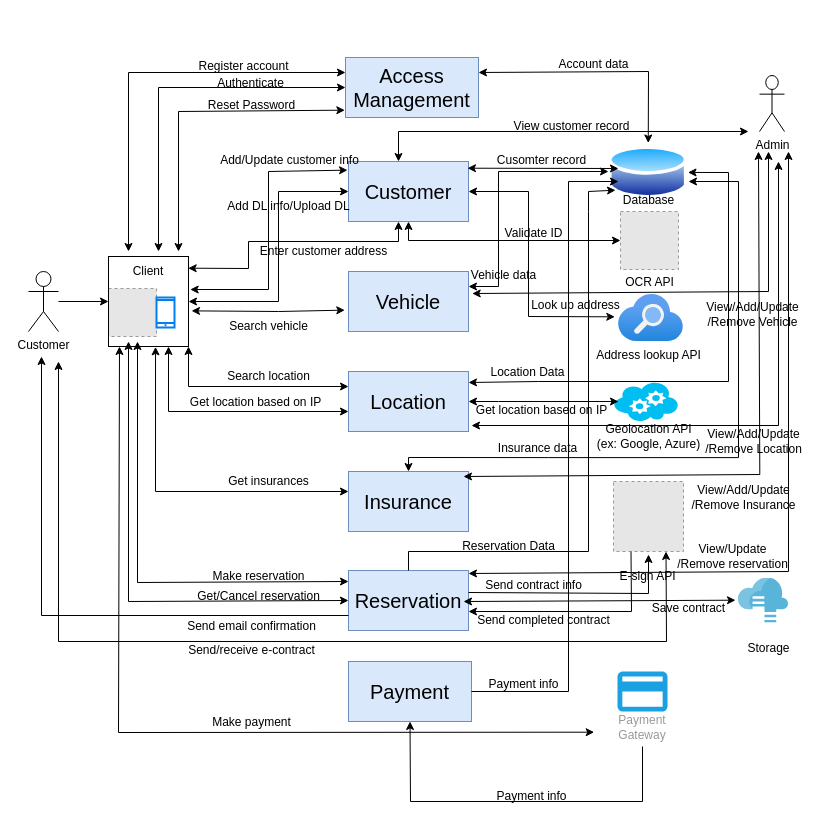
nguyenha1311/ha-diagrams keeps this draw.io diagram as page "Microservices diagram" (5 of 6) of OnlineCarReservaction.drawio. Above is the earlier version. Source tidied: cells renumbered, new cells numbered last; positions are measured from the earlier drawing's top-left corner, leaving out a move shared by most shapes. Both pictures are drawn from the tidied source at 100%, with x=0, y=0 at pixel (28, 49). Pictures stored in the file or linked from it are replaced by grey dashed boxes.
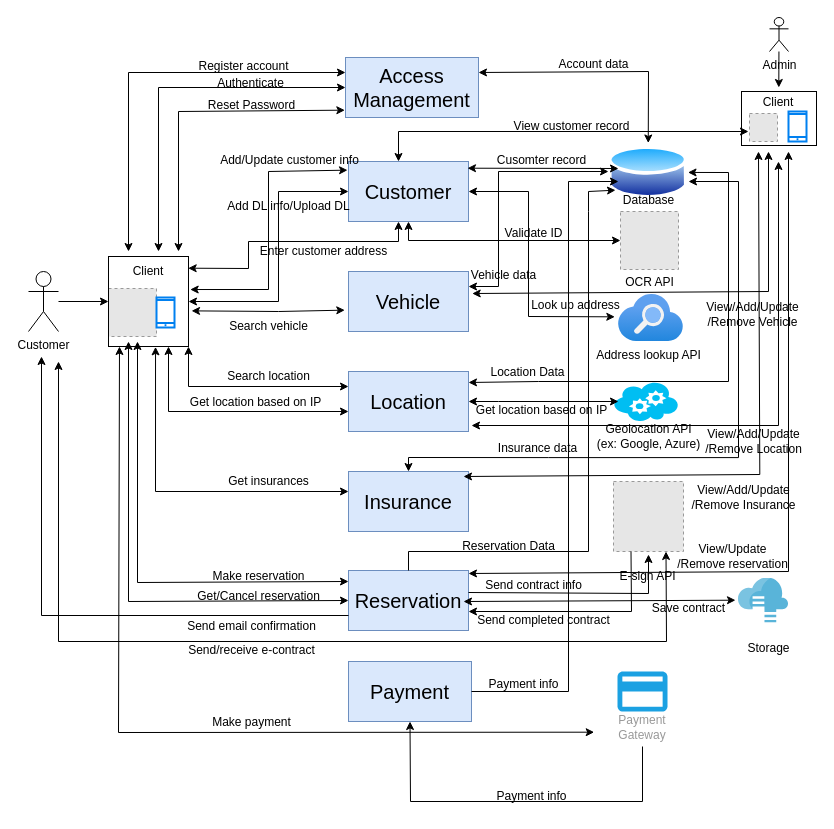
The same page after the edit.

What changed in the source:
```diff
@@
     <mxCell id="81" value="Admin" style="shape=umlActor;verticalLabelPosition=bottom;verticalAlign=top;html=1;labelBackgroundColor=#FFFFFF;strokeColor=default;fillColor=none;" parent="1" vertex="1">
-      <mxGeometry x="731" y="26" width="25" height="56" as="geometry" />
+      <mxGeometry x="741" y="-32" width="19" height="34" as="geometry" />
     </mxCell>
@@
+    <mxCell id="100" style="rounded=0;whiteSpace=wrap;html=1;labelBackgroundColor=#FFFFFF;strokeColor=default;fillColor=none;" parent="1" vertex="1">
+      <mxGeometry x="713" y="42" width="75" height="54" as="geometry" />
+    </mxCell>
+    <mxCell id="101" value="Client" style="text;html=1;strokeColor=none;fillColor=none;align=center;verticalAlign=middle;whiteSpace=wrap;rounded=0;labelBackgroundColor=#FFFFFF;" parent="1" vertex="1">
+      <mxGeometry x="720.3" y="38" width="60" height="30" as="geometry" />
+    </mxCell>
+    <mxCell id="102" style="fillColor=#E6E6E6;strokeColor=#999999;dashed=1;html=1;verticalAlign=top;verticalLabelPosition=bottom;labelBackgroundColor=#ffffff;" parent="1" vertex="1">
+      <mxGeometry x="721" y="64" width="28" height="28" as="geometry" />
+    </mxCell>
+    <mxCell id="103" style="html=1;verticalLabelPosition=bottom;align=center;labelBackgroundColor=#ffffff;verticalAlign=top;strokeWidth=2;strokeColor=#0080F0;shadow=0;dashed=0;shape=mxgraph.ios7.icons.smartphone;" parent="1" vertex="1">
+      <mxGeometry x="760" y="62" width="18" height="30" as="geometry" />
+    </mxCell>
+    <mxCell id="104" style="endArrow=classic;html=1;rounded=0;entryX=0.5;entryY=0;entryDx=0;entryDy=0;" parent="1" edge="1" source="81" target="101">
+      <mxGeometry relative="1" as="geometry" />
+    </mxCell>
```
